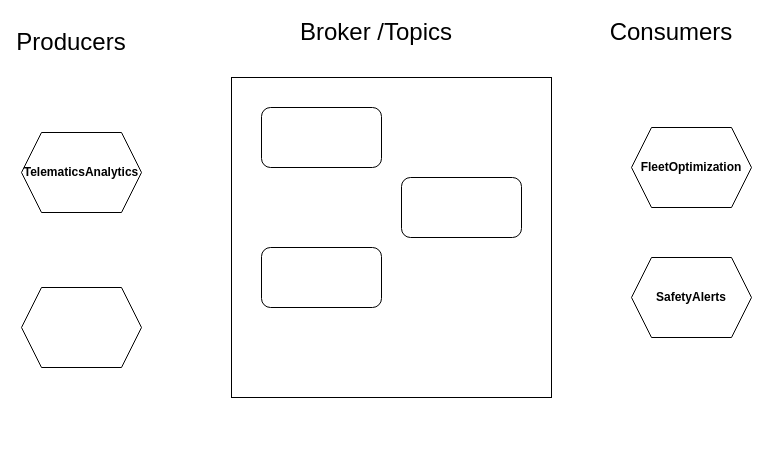
Earlier version of the draw.io diagram messagebroker.drawio (atheeswaran/Dissertation_VehicleAPIPlatform). Source tidied: cells renumbered, new cells numbered last; positions are measured from the earlier drawing's top-left corner, leaving out a move shared by most shapes. Both pictures are drawn from the tidied source at 100%, with x=0, y=0 at pixel (21, 17).
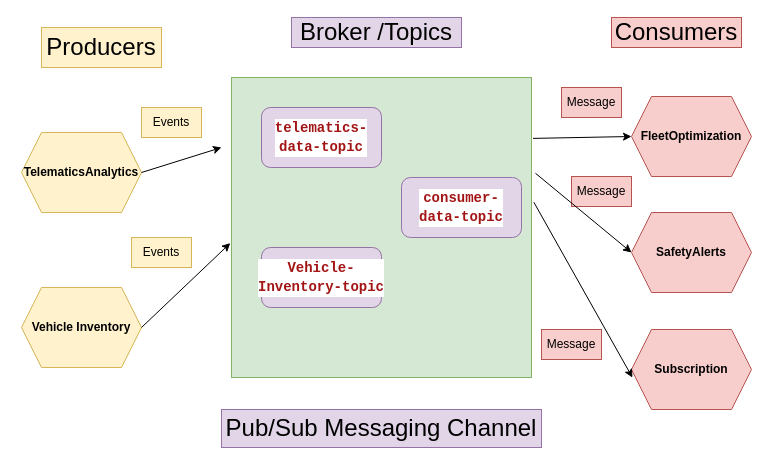
After the change.

Diff of the diagram source:
```diff
@@
-    <mxCell id="2" value="&lt;b&gt;TelematicsAnalytics&lt;/b&gt;" style="shape=hexagon;perimeter=hexagonPerimeter2;whiteSpace=wrap;html=1;fixedSize=1;" parent="1" vertex="1">
+    <mxCell id="2" value="&lt;b&gt;TelematicsAnalytics&lt;/b&gt;" style="shape=hexagon;perimeter=hexagonPerimeter2;whiteSpace=wrap;html=1;fixedSize=1;fillColor=#fff2cc;strokeColor=#d6b656;" parent="1" vertex="1">
       <mxGeometry y="115" width="120" height="80" as="geometry" />
     </mxCell>
-    <mxCell id="3" value="&lt;b&gt;FleetOptimization&lt;/b&gt;" style="shape=hexagon;perimeter=hexagonPerimeter2;whiteSpace=wrap;html=1;fixedSize=1;" parent="1" vertex="1">
-      <mxGeometry x="610" y="110" width="120" height="80" as="geometry" />
+    <mxCell id="3" value="&lt;b&gt;FleetOptimization&lt;/b&gt;" style="shape=hexagon;perimeter=hexagonPerimeter2;whiteSpace=wrap;html=1;fixedSize=1;fillColor=#f8cecc;strokeColor=#b85450;" parent="1" vertex="1">
+      <mxGeometry x="610" y="79" width="120" height="80" as="geometry" />
     </mxCell>
-    <mxCell id="4" style="whiteSpace=wrap;html=1;" parent="1" vertex="1">
-      <mxGeometry x="210" y="60" width="320" height="320" as="geometry" />
+    <mxCell id="4" style="whiteSpace=wrap;html=1;fillColor=#d5e8d4;strokeColor=#82b366;" parent="1" vertex="1">
+      <mxGeometry x="210" y="60" width="300" height="300" as="geometry" />
     </mxCell>
-    <mxCell id="5" style="rounded=1;whiteSpace=wrap;html=1;" parent="1" vertex="1">
+    <mxCell id="5" value="&lt;b&gt;&lt;br&gt;&lt;/b&gt;&lt;div style=&quot;color: rgb(0, 0, 0); background-color: rgb(255, 255, 255); font-family: Consolas, &amp;quot;Courier New&amp;quot;, monospace; font-size: 14px; line-height: 19px; white-space: pre;&quot;&gt;&lt;div&gt;&lt;span style=&quot;color: #a31515;&quot;&gt;&lt;b&gt;telematics-&lt;/b&gt;&lt;/span&gt;&lt;/div&gt;&lt;div&gt;&lt;span style=&quot;color: #a31515;&quot;&gt;&lt;b&gt;data-topic&lt;/b&gt;&lt;/span&gt;&lt;/div&gt;&lt;/div&gt;&lt;div&gt;&lt;br&gt;&lt;/div&gt;" style="rounded=1;whiteSpace=wrap;html=1;fillColor=#e1d5e7;strokeColor=#9673a6;" parent="1" vertex="1">
       <mxGeometry x="240" y="90" width="120" height="60" as="geometry" />
     </mxCell>
-    <mxCell id="6" style="rounded=1;whiteSpace=wrap;html=1;" parent="1" vertex="1">
+    <mxCell id="6" value="&lt;div&gt;&lt;br&gt;&lt;/div&gt;&lt;div&gt;&lt;div style=&quot;background-color: rgb(255, 255, 255); font-family: Consolas, &amp;quot;Courier New&amp;quot;, monospace; font-size: 14px; line-height: 19px; white-space: pre;&quot;&gt;&lt;div&gt;&lt;span style=&quot;color: rgb(163, 21, 21);&quot;&gt;&lt;b&gt;Vehicle-&lt;/b&gt;&lt;/span&gt;&lt;/div&gt;&lt;div&gt;&lt;span style=&quot;color: rgb(163, 21, 21);&quot;&gt;&lt;b&gt;Inventory-topic&lt;/b&gt;&lt;/span&gt;&lt;/div&gt;&lt;/div&gt;&lt;div&gt;&lt;br&gt;&lt;/div&gt;&lt;/div&gt;" style="rounded=1;whiteSpace=wrap;html=1;fillColor=#e1d5e7;strokeColor=#9673a6;" parent="1" vertex="1">
       <mxGeometry x="240" y="230" width="120" height="60" as="geometry" />
     </mxCell>
-    <mxCell id="7" style="rounded=1;whiteSpace=wrap;html=1;" parent="1" vertex="1">
+    <mxCell id="7" value="&lt;div&gt;&lt;br&gt;&lt;/div&gt;&lt;div&gt;&lt;div style=&quot;background-color: rgb(255, 255, 255); font-family: Consolas, &amp;quot;Courier New&amp;quot;, monospace; font-size: 14px; line-height: 19px; white-space: pre;&quot;&gt;&lt;div&gt;&lt;span style=&quot;color: rgb(163, 21, 21);&quot;&gt;&lt;b&gt;consumer-&lt;/b&gt;&lt;/span&gt;&lt;/div&gt;&lt;div&gt;&lt;span style=&quot;color: rgb(163, 21, 21);&quot;&gt;&lt;b&gt;data-topic&lt;/b&gt;&lt;/span&gt;&lt;/div&gt;&lt;/div&gt;&lt;div&gt;&lt;br&gt;&lt;/div&gt;&lt;/div&gt;" style="rounded=1;whiteSpace=wrap;html=1;fillColor=#e1d5e7;strokeColor=#9673a6;" parent="1" vertex="1">
       <mxGeometry x="380" y="160" width="120" height="60" as="geometry" />
     </mxCell>
-    <mxCell id="8" style="shape=hexagon;perimeter=hexagonPerimeter2;whiteSpace=wrap;html=1;fixedSize=1;" parent="1" vertex="1">
+    <mxCell id="8" value="&lt;b&gt;Vehicle Inventory&lt;/b&gt;" style="shape=hexagon;perimeter=hexagonPerimeter2;whiteSpace=wrap;html=1;fixedSize=1;fillColor=#fff2cc;strokeColor=#d6b656;" parent="1" vertex="1">
       <mxGeometry y="270" width="120" height="80" as="geometry" />
     </mxCell>
-    <mxCell id="9" value="&lt;b&gt;SafetyAlerts&lt;/b&gt;" style="shape=hexagon;perimeter=hexagonPerimeter2;whiteSpace=wrap;html=1;fixedSize=1;" parent="1" vertex="1">
-      <mxGeometry x="610" y="240" width="120" height="80" as="geometry" />
+    <mxCell id="9" value="&lt;b&gt;SafetyAlerts&lt;/b&gt;" style="shape=hexagon;perimeter=hexagonPerimeter2;whiteSpace=wrap;html=1;fixedSize=1;fillColor=#f8cecc;strokeColor=#b85450;" parent="1" vertex="1">
+      <mxGeometry x="610" y="195" width="120" height="80" as="geometry" />
     </mxCell>
-    <mxCell id="10" value="&lt;font style=&quot;font-size: 24px;&quot;&gt;Broker /Topics&lt;/font&gt;" style="text;html=1;align=center;verticalAlign=middle;whiteSpace=wrap;rounded=0;" parent="1" vertex="1">
+    <mxCell id="10" value="&lt;font style=&quot;font-size: 24px;&quot;&gt;Broker /Topics&lt;/font&gt;" style="text;html=1;align=center;verticalAlign=middle;whiteSpace=wrap;rounded=0;fillColor=#e1d5e7;strokeColor=#9673a6;" parent="1" vertex="1">
       <mxGeometry x="270" width="170" height="30" as="geometry" />
     </mxCell>
-    <mxCell id="11" value="&lt;font style=&quot;font-size: 24px;&quot;&gt;Producers&lt;/font&gt;" style="text;html=1;align=center;verticalAlign=middle;whiteSpace=wrap;rounded=0;" parent="1" vertex="1">
-      <mxGeometry x="20" y="10" width="60" height="30" as="geometry" />
+    <mxCell id="11" value="&lt;font style=&quot;font-size: 24px;&quot;&gt;Producers&lt;/font&gt;" style="text;html=1;align=center;verticalAlign=middle;whiteSpace=wrap;rounded=0;fillColor=#fff2cc;strokeColor=#d6b656;" parent="1" vertex="1">
+      <mxGeometry x="20" y="10" width="120" height="40" as="geometry" />
     </mxCell>
-    <mxCell id="12" value="&lt;font style=&quot;font-size: 24px;&quot;&gt;Consumers&lt;/font&gt;" style="text;html=1;align=center;verticalAlign=middle;whiteSpace=wrap;rounded=0;" parent="1" vertex="1">
-      <mxGeometry x="620" width="60" height="30" as="geometry" />
+    <mxCell id="12" value="&lt;font style=&quot;font-size: 24px;&quot;&gt;Consumers&lt;/font&gt;" style="text;html=1;align=center;verticalAlign=middle;whiteSpace=wrap;rounded=0;fillColor=#f8cecc;strokeColor=#b85450;" parent="1" vertex="1">
+      <mxGeometry x="590" width="130" height="30" as="geometry" />
     </mxCell>
+    <mxCell id="13" style="endArrow=classic;html=1;rounded=0;exitX=1;exitY=0.5;exitDx=0;exitDy=0;" parent="1" edge="1" source="2">
+      <mxGeometry relative="1" as="geometry">
+        <mxPoint x="200" y="130" as="targetPoint" />
+      </mxGeometry>
+    </mxCell>
+    <mxCell id="14" value="&lt;b&gt;Subscription&lt;/b&gt;" style="shape=hexagon;perimeter=hexagonPerimeter2;whiteSpace=wrap;html=1;fixedSize=1;fillColor=#f8cecc;strokeColor=#b85450;" parent="1" vertex="1">
+      <mxGeometry x="610" y="312" width="120" height="80" as="geometry" />
+    </mxCell>
+    <mxCell id="15" style="endArrow=classic;html=1;rounded=0;exitX=1;exitY=0.5;exitDx=0;exitDy=0;entryX=-0.004;entryY=0.552;entryDx=0;entryDy=0;entryPerimeter=0;" parent="1" edge="1" source="8" target="4">
+      <mxGeometry relative="1" as="geometry" />
+    </mxCell>
+    <mxCell id="16" value="Events" style="text;html=1;align=center;verticalAlign=middle;whiteSpace=wrap;rounded=0;fillColor=#fff2cc;strokeColor=#d6b656;" parent="1" vertex="1">
+      <mxGeometry x="120" y="90" width="60" height="30" as="geometry" />
+    </mxCell>
+    <mxCell id="17" value="Events" style="text;html=1;align=center;verticalAlign=middle;whiteSpace=wrap;rounded=0;fillColor=#fff2cc;strokeColor=#d6b656;" parent="1" vertex="1">
+      <mxGeometry x="110" y="220" width="60" height="30" as="geometry" />
+    </mxCell>
+    <mxCell id="18" value="Message" style="text;html=1;align=center;verticalAlign=middle;whiteSpace=wrap;rounded=0;fillColor=#f8cecc;strokeColor=#b85450;" parent="1" vertex="1">
+      <mxGeometry x="540" y="70" width="60" height="30" as="geometry" />
+    </mxCell>
+    <mxCell id="19" value="Message" style="text;html=1;align=center;verticalAlign=middle;whiteSpace=wrap;rounded=0;fillColor=#f8cecc;strokeColor=#b85450;" parent="1" vertex="1">
+      <mxGeometry x="550" y="159" width="60" height="30" as="geometry" />
+    </mxCell>
+    <mxCell id="20" value="Message" style="text;html=1;align=center;verticalAlign=middle;whiteSpace=wrap;rounded=0;fillColor=#f8cecc;strokeColor=#b85450;" parent="1" vertex="1">
+      <mxGeometry x="520" y="312" width="60" height="30" as="geometry" />
+    </mxCell>
+    <mxCell id="21" style="endArrow=classic;html=1;rounded=0;exitX=1.005;exitY=0.203;exitDx=0;exitDy=0;entryX=0;entryY=0.5;entryDx=0;entryDy=0;exitPerimeter=0;" parent="1" edge="1" source="4" target="3">
+      <mxGeometry relative="1" as="geometry" />
+    </mxCell>
+    <mxCell id="22" style="endArrow=classic;html=1;rounded=0;exitX=1.013;exitY=0.319;exitDx=0;exitDy=0;entryX=0;entryY=0.5;entryDx=0;entryDy=0;exitPerimeter=0;" parent="1" edge="1" source="4" target="9">
+      <mxGeometry relative="1" as="geometry" />
+    </mxCell>
+    <mxCell id="23" style="endArrow=classic;html=1;rounded=0;exitX=1.008;exitY=0.416;exitDx=0;exitDy=0;entryX=0.008;entryY=0.601;entryDx=0;entryDy=0;exitPerimeter=0;entryPerimeter=0;" parent="1" edge="1" source="4" target="14">
+      <mxGeometry relative="1" as="geometry" />
+    </mxCell>
+    <mxCell id="24" value="&lt;font style=&quot;font-size: 24px;&quot;&gt;Pub/Sub Messaging Channel&lt;/font&gt;" style="text;html=1;align=center;verticalAlign=middle;whiteSpace=wrap;rounded=0;fillColor=#e1d5e7;strokeColor=#9673a6;" parent="1" vertex="1">
+      <mxGeometry x="200" y="392" width="320" height="38" as="geometry" />
+    </mxCell>
```
